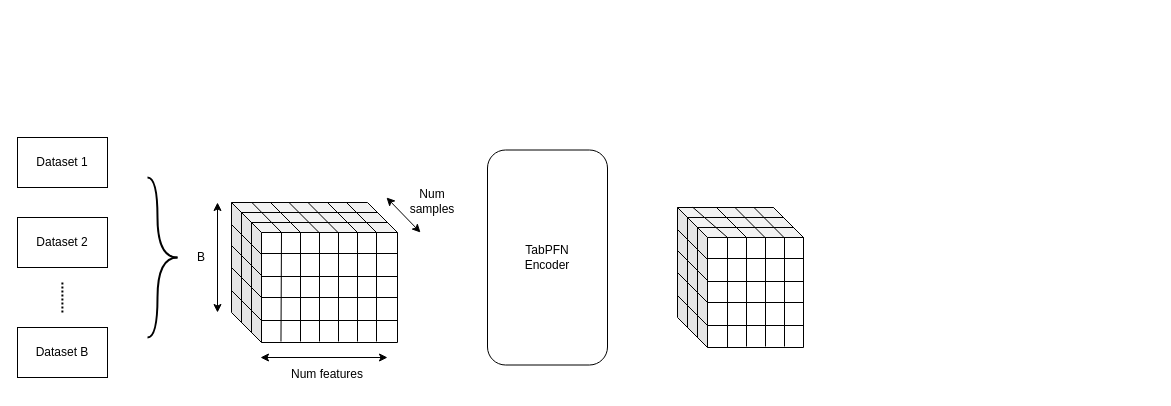
This is diagrams/TSPFN-batched-pretraining.drawio from Jeremstym/pretrainingTSPFN, a draw.io file, before an edit. Source tidied: cells renumbered, new cells numbered last; positions are measured from the earlier drawing's top-left corner, leaving out a move shared by most shapes. Both pictures are drawn from the tidied source at 100%, with x=0, y=0 at pixel (17, 17).
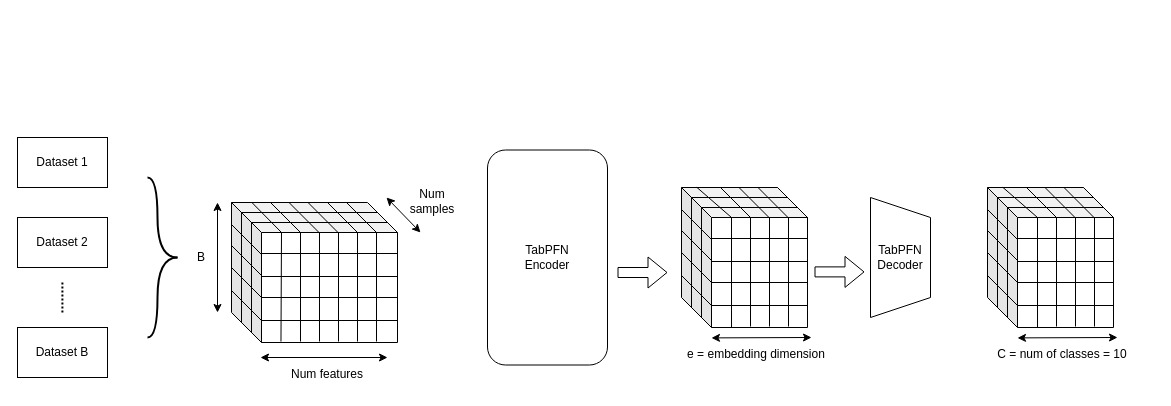
Above is the later version.

Commit message (it also covers changes not shown here):
Mettre à jour TSPFN-batched-pretraining.drawio

The edit, as a diff of the source:
```diff
@@
     <mxCell id="42" style="group;" parent="1" vertex="1">
-      <mxGeometry x="660" y="190" width="166" height="140" as="geometry" />
+      <mxGeometry x="664" y="170" width="166" height="140" as="geometry" />
     </mxCell>
@@
+    <mxCell id="66" style="shape=flexArrow;endArrow=classic;html=1;rounded=0;" parent="42" edge="1">
+      <mxGeometry relative="1" as="geometry">
+        <mxPoint x="133" y="84.4" as="sourcePoint" />
+        <mxPoint x="183" y="84.4" as="targetPoint" />
+      </mxGeometry>
+    </mxCell>
+    <mxCell id="67" style="endArrow=classic;startArrow=classic;html=1;rounded=0;" parent="1" edge="1">
+      <mxGeometry relative="1" as="geometry">
+        <mxPoint x="694" y="320.4" as="sourcePoint" />
+        <mxPoint x="794" y="320" as="targetPoint" />
+      </mxGeometry>
+    </mxCell>
+    <mxCell id="68" value="e = embedding dimension" style="text;html=1;whiteSpace=wrap;strokeColor=none;fillColor=none;align=center;verticalAlign=middle;rounded=0;" parent="1" vertex="1">
+      <mxGeometry x="664" y="322" width="150" height="30" as="geometry" />
+    </mxCell>
+    <mxCell id="69" style="shape=trapezoid;perimeter=trapezoidPerimeter;whiteSpace=wrap;html=1;fixedSize=1;rotation=90;" parent="1" vertex="1">
+      <mxGeometry x="823" y="210" width="120" height="60" as="geometry" />
+    </mxCell>
+    <mxCell id="70" value="TabPFN&lt;div&gt;Decoder&lt;/div&gt;" style="text;html=1;whiteSpace=wrap;strokeColor=none;fillColor=none;align=center;verticalAlign=middle;rounded=0;" parent="1" vertex="1">
+      <mxGeometry x="853" y="225" width="60" height="30" as="geometry" />
+    </mxCell>
+    <mxCell id="71" style="group;" parent="1" vertex="1">
+      <mxGeometry x="970" y="170" width="166" height="140" as="geometry" />
+    </mxCell>
+    <mxCell id="72" style="shape=cube;whiteSpace=wrap;html=1;boundedLbl=1;backgroundOutline=1;darkOpacity=0.05;darkOpacity2=0.1;size=30;" parent="71" vertex="1">
+      <mxGeometry width="126" height="140" as="geometry" />
+    </mxCell>
+    <mxCell id="73" style="endArrow=none;html=1;rounded=0;exitX=0.397;exitY=0.998;exitDx=0;exitDy=0;exitPerimeter=0;" parent="71" edge="1" source="72">
+      <mxGeometry relative="1" as="geometry">
+        <mxPoint x="50" y="30" as="targetPoint" />
+      </mxGeometry>
+    </mxCell>
+    <mxCell id="74" style="endArrow=none;html=1;rounded=0;exitX=0.313;exitY=0.993;exitDx=0;exitDy=0;exitPerimeter=0;" parent="71" edge="1">
+      <mxGeometry relative="1" as="geometry">
+        <mxPoint x="69" y="139" as="sourcePoint" />
+        <mxPoint x="69" y="30" as="targetPoint" />
+      </mxGeometry>
+    </mxCell>
+    <mxCell id="75" style="endArrow=none;html=1;rounded=0;exitX=0.313;exitY=0.993;exitDx=0;exitDy=0;exitPerimeter=0;" parent="71" edge="1">
+      <mxGeometry relative="1" as="geometry">
+        <mxPoint x="88" y="139" as="sourcePoint" />
+        <mxPoint x="88" y="30" as="targetPoint" />
+      </mxGeometry>
+    </mxCell>
+    <mxCell id="76" style="endArrow=none;html=1;rounded=0;exitX=0.313;exitY=0.993;exitDx=0;exitDy=0;exitPerimeter=0;" parent="71" edge="1">
+      <mxGeometry relative="1" as="geometry">
+        <mxPoint x="107" y="139" as="sourcePoint" />
+        <mxPoint x="107" y="30" as="targetPoint" />
+      </mxGeometry>
+    </mxCell>
+    <mxCell id="77" style="endArrow=none;html=1;rounded=0;exitX=0.313;exitY=0.993;exitDx=0;exitDy=0;exitPerimeter=0;" parent="71" edge="1">
+      <mxGeometry relative="1" as="geometry">
+        <mxPoint x="126" y="139" as="sourcePoint" />
+        <mxPoint x="126" y="30" as="targetPoint" />
+      </mxGeometry>
+    </mxCell>
+    <mxCell id="78" style="endArrow=none;html=1;rounded=0;entryX=0.122;entryY=-0.001;entryDx=0;entryDy=0;entryPerimeter=0;" parent="71" edge="1" target="72">
+      <mxGeometry relative="1" as="geometry">
+        <mxPoint x="50" y="30" as="sourcePoint" />
+      </mxGeometry>
+    </mxCell>
+    <mxCell id="79" style="endArrow=none;html=1;rounded=0;entryX=0.122;entryY=-0.001;entryDx=0;entryDy=0;entryPerimeter=0;" parent="71" edge="1">
+      <mxGeometry relative="1" as="geometry">
+        <mxPoint x="69" y="30" as="sourcePoint" />
+        <mxPoint x="39" as="targetPoint" />
+      </mxGeometry>
+    </mxCell>
+    <mxCell id="80" style="endArrow=none;html=1;rounded=0;entryX=0.122;entryY=-0.001;entryDx=0;entryDy=0;entryPerimeter=0;" parent="71" edge="1">
+      <mxGeometry relative="1" as="geometry">
+        <mxPoint x="87.5" y="30" as="sourcePoint" />
+        <mxPoint x="57.5" as="targetPoint" />
+      </mxGeometry>
+    </mxCell>
+    <mxCell id="81" style="endArrow=none;html=1;rounded=0;entryX=0.122;entryY=-0.001;entryDx=0;entryDy=0;entryPerimeter=0;" parent="71" edge="1">
+      <mxGeometry relative="1" as="geometry">
+        <mxPoint x="106.5" y="30" as="sourcePoint" />
+        <mxPoint x="76.5" as="targetPoint" />
+      </mxGeometry>
+    </mxCell>
+    <mxCell id="82" style="endArrow=none;html=1;rounded=0;entryX=0.122;entryY=-0.001;entryDx=0;entryDy=0;entryPerimeter=0;" parent="71" edge="1">
+      <mxGeometry relative="1" as="geometry">
+        <mxPoint x="126" y="30" as="sourcePoint" />
+        <mxPoint x="96" as="targetPoint" />
+      </mxGeometry>
+    </mxCell>
+    <mxCell id="83" style="endArrow=none;html=1;rounded=0;" parent="71" edge="1">
+      <mxGeometry relative="1" as="geometry">
+        <mxPoint x="20" y="20" as="sourcePoint" />
+        <mxPoint x="116" y="20" as="targetPoint" />
+      </mxGeometry>
+    </mxCell>
+    <mxCell id="84" style="endArrow=none;html=1;rounded=0;" parent="71" edge="1">
+      <mxGeometry relative="1" as="geometry">
+        <mxPoint x="10" y="10" as="sourcePoint" />
+        <mxPoint x="106" y="10" as="targetPoint" />
+      </mxGeometry>
+    </mxCell>
+    <mxCell id="85" style="endArrow=none;html=1;rounded=0;" parent="71" edge="1">
+      <mxGeometry relative="1" as="geometry">
+        <mxPoint x="10" y="120" as="sourcePoint" />
+        <mxPoint x="10" y="10" as="targetPoint" />
+      </mxGeometry>
+    </mxCell>
+    <mxCell id="86" style="endArrow=none;html=1;rounded=0;" parent="71" edge="1">
+      <mxGeometry relative="1" as="geometry">
+        <mxPoint x="20" y="130" as="sourcePoint" />
+        <mxPoint x="20" y="20" as="targetPoint" />
+      </mxGeometry>
+    </mxCell>
+    <mxCell id="87" style="endArrow=none;html=1;rounded=0;entryX=0.122;entryY=-0.001;entryDx=0;entryDy=0;entryPerimeter=0;" parent="71" edge="1">
+      <mxGeometry relative="1" as="geometry">
+        <mxPoint x="30" y="52" as="sourcePoint" />
+        <mxPoint y="22" as="targetPoint" />
+      </mxGeometry>
+    </mxCell>
+    <mxCell id="88" style="endArrow=none;html=1;rounded=0;entryX=0.122;entryY=-0.001;entryDx=0;entryDy=0;entryPerimeter=0;" parent="71" edge="1">
+      <mxGeometry relative="1" as="geometry">
+        <mxPoint x="30" y="73" as="sourcePoint" />
+        <mxPoint y="43" as="targetPoint" />
+      </mxGeometry>
+    </mxCell>
+    <mxCell id="89" style="endArrow=none;html=1;rounded=0;entryX=0.122;entryY=-0.001;entryDx=0;entryDy=0;entryPerimeter=0;" parent="71" edge="1">
+      <mxGeometry relative="1" as="geometry">
+        <mxPoint x="30" y="95" as="sourcePoint" />
+        <mxPoint y="65" as="targetPoint" />
+      </mxGeometry>
+    </mxCell>
+    <mxCell id="90" style="endArrow=none;html=1;rounded=0;entryX=0.122;entryY=-0.001;entryDx=0;entryDy=0;entryPerimeter=0;" parent="71" edge="1">
+      <mxGeometry relative="1" as="geometry">
+        <mxPoint x="30" y="118" as="sourcePoint" />
+        <mxPoint y="88" as="targetPoint" />
+      </mxGeometry>
+    </mxCell>
+    <mxCell id="91" style="endArrow=none;html=1;rounded=0;" parent="71" edge="1">
+      <mxGeometry relative="1" as="geometry">
+        <mxPoint x="30" y="118" as="sourcePoint" />
+        <mxPoint x="126" y="118" as="targetPoint" />
+      </mxGeometry>
+    </mxCell>
+    <mxCell id="92" style="endArrow=none;html=1;rounded=0;" parent="71" edge="1">
+      <mxGeometry relative="1" as="geometry">
+        <mxPoint x="30" y="95" as="sourcePoint" />
+        <mxPoint x="126" y="95" as="targetPoint" />
+      </mxGeometry>
+    </mxCell>
+    <mxCell id="93" style="endArrow=none;html=1;rounded=0;" parent="71" edge="1">
+      <mxGeometry relative="1" as="geometry">
+        <mxPoint x="30" y="74" as="sourcePoint" />
+        <mxPoint x="126" y="74" as="targetPoint" />
+      </mxGeometry>
+    </mxCell>
+    <mxCell id="94" style="endArrow=none;html=1;rounded=0;" parent="71" edge="1">
+      <mxGeometry relative="1" as="geometry">
+        <mxPoint x="30" y="51" as="sourcePoint" />
+        <mxPoint x="126" y="51" as="targetPoint" />
+      </mxGeometry>
+    </mxCell>
+    <mxCell id="95" style="endArrow=classic;startArrow=classic;html=1;rounded=0;" parent="1" edge="1">
+      <mxGeometry relative="1" as="geometry">
+        <mxPoint x="1000" y="320.4" as="sourcePoint" />
+        <mxPoint x="1100" y="320" as="targetPoint" />
+      </mxGeometry>
+    </mxCell>
+    <mxCell id="96" value="C = num of classes = 10" style="text;html=1;whiteSpace=wrap;strokeColor=none;fillColor=none;align=center;verticalAlign=middle;rounded=0;" parent="1" vertex="1">
+      <mxGeometry x="970" y="322" width="150" height="30" as="geometry" />
+    </mxCell>
+    <mxCell id="97" style="shape=flexArrow;endArrow=classic;html=1;rounded=0;" parent="1" edge="1">
+      <mxGeometry relative="1" as="geometry">
+        <mxPoint x="600" y="255" as="sourcePoint" />
+        <mxPoint x="650" y="255" as="targetPoint" />
+      </mxGeometry>
+    </mxCell>
```
